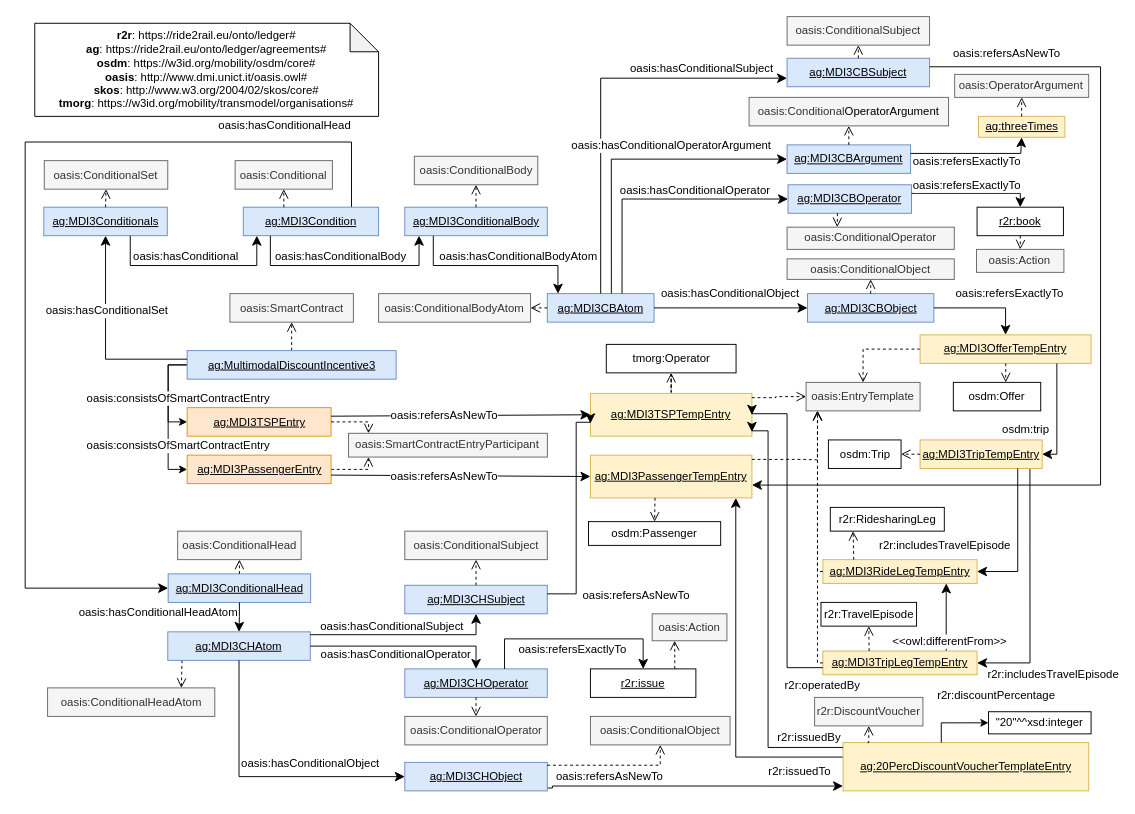
Earlier version of the draw.io diagram agreements/mdi3-incentive.drawio.xml (Ride2Rail/agreement-ledger-ontology). Source tidied: cells renumbered, new cells numbered last; positions are measured from the earlier drawing's top-left corner, leaving out a move shared by most shapes. Both pictures are drawn from the tidied source at 95%, with x=0, y=0 at pixel (25, 16).
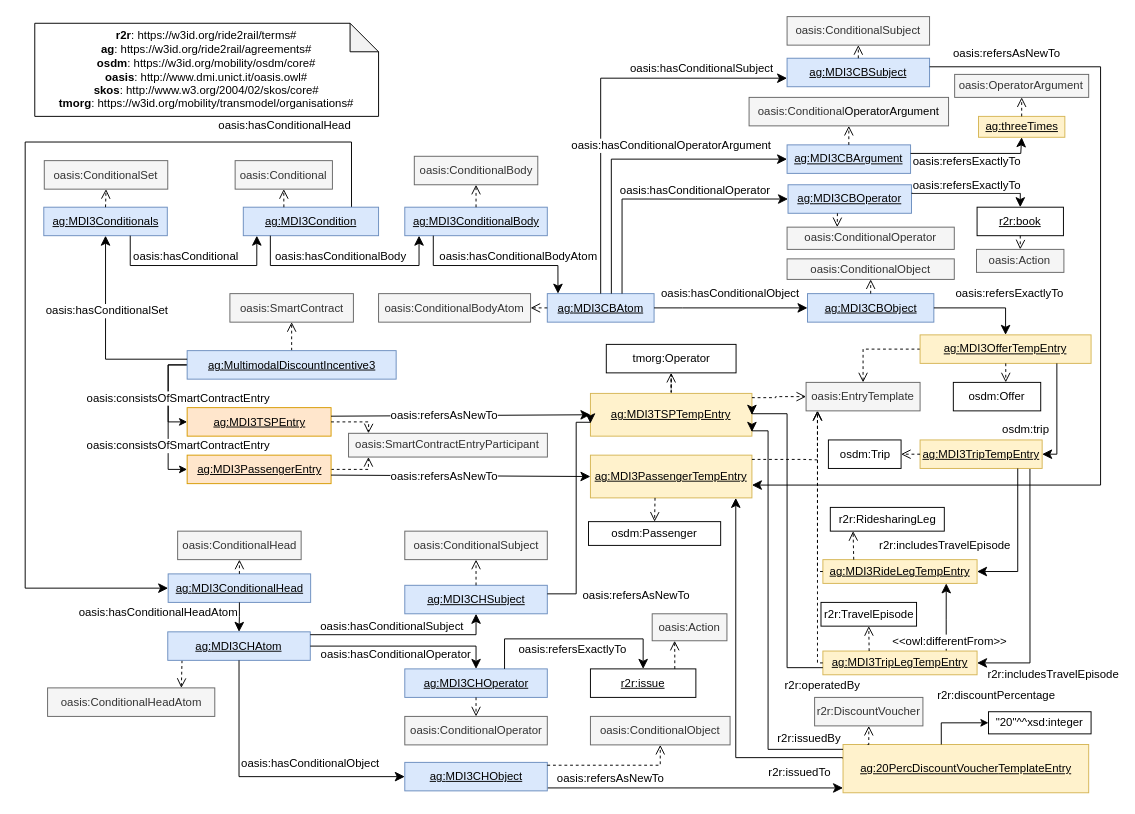
The same diagram, later.

The change refers to these unchanged cells:
```xml
<mxCell id="17" value="&lt;u&gt;ag:MDI3TSPTempEntry&lt;/u&gt;" style="rounded=0;whiteSpace=wrap;html=1;snapToPoint=1;points=[[0.1,0],[0.2,0],[0.3,0],[0.4,0],[0.5,0],[0.6,0],[0.7,0],[0.8,0],[0.9,0],[0,0.1],[0,0.3],[0,0.5],[0,0.7],[0,0.9],[0.1,1],[0.2,1],[0.3,1],[0.4,1],[0.5,1],[0.6,1],[0.7,1],[0.8,1],[0.9,1],[1,0.1],[1,0.3],[1,0.5],[1,0.7],[1,0.9]];fillColor=#fff2cc;strokeColor=#d6b656;" parent="1" vertex="1">
  <mxGeometry x="595" y="396.6" width="170" height="45" as="geometry" />
</mxCell>
<mxCell id="85" value="&lt;u&gt;ag:&lt;/u&gt;&lt;u&gt;MDI3CHObject&lt;/u&gt;" style="rounded=0;whiteSpace=wrap;html=1;snapToPoint=1;points=[[0.1,0],[0.2,0],[0.3,0],[0.4,0],[0.5,0],[0.6,0],[0.7,0],[0.8,0],[0.9,0],[0,0.1],[0,0.3],[0,0.5],[0,0.7],[0,0.9],[0.1,1],[0.2,1],[0.3,1],[0.4,1],[0.5,1],[0.6,1],[0.7,1],[0.8,1],[0.9,1],[1,0.1],[1,0.3],[1,0.5],[1,0.7],[1,0.9]];fillColor=#dae8fc;strokeColor=#6c8ebf;" parent="1" vertex="1">
  <mxGeometry x="399.6" y="785" width="150" height="30" as="geometry" />
</mxCell>
```

The edit, as a diff of the source:
```diff
@@
     <mxCell id="74" style="endArrow=classic;html=1;exitX=1;exitY=0.9;exitDx=0;exitDy=0;endSize=8;rounded=0;edgeStyle=orthogonalEdgeStyle;entryX=0;entryY=0.9;entryDx=0;entryDy=0;" parent="1" edge="1" source="85" target="100">
       <mxGeometry relative="1" as="geometry">
         <Array as="points">
-          <mxPoint x="555" y="810" />
+          <mxPoint x="861" y="812" />
         </Array>
       </mxGeometry>
     </mxCell>
@@
     <mxCell id="100" value="&lt;u&gt;ag:2&lt;/u&gt;&lt;u&gt;0PercDiscountVoucher&lt;/u&gt;&lt;u&gt;TemplateEntry&lt;/u&gt;" style="rounded=0;whiteSpace=wrap;html=1;snapToPoint=1;points=[[0.1,0],[0.2,0],[0.3,0],[0.4,0],[0.5,0],[0.6,0],[0.7,0],[0.8,0],[0.9,0],[0,0.1],[0,0.3],[0,0.5],[0,0.7],[0,0.9],[0.1,1],[0.2,1],[0.3,1],[0.4,1],[0.5,1],[0.6,1],[0.7,1],[0.8,1],[0.9,1],[1,0.1],[1,0.3],[1,0.5],[1,0.7],[1,0.9]];fillColor=#fff2cc;strokeColor=#d6b656;" parent="1" vertex="1">
-      <mxGeometry x="860.9" y="764.2" width="258.6" height="50.8" as="geometry" />
+      <mxGeometry x="860.9" y="766.2" width="258.6" height="50.8" as="geometry" />
     </mxCell>
@@
     <mxCell id="122" style="endArrow=classic;html=1;entryX=1;entryY=0.9;entryDx=0;entryDy=0;endSize=8;rounded=0;edgeStyle=orthogonalEdgeStyle;exitX=0;exitY=0.1;exitDx=0;exitDy=0;" parent="1" edge="1" source="100" target="17">
       <mxGeometry relative="1" as="geometry">
         <Array as="points">
-          <mxPoint x="782" y="769" />
+          <mxPoint x="782" y="771" />
           <mxPoint x="782" y="436" />
+          <mxPoint x="765" y="436" />
         </Array>
       </mxGeometry>
     </mxCell>
@@
-    <mxCell id="147" value="&lt;div&gt;&lt;b&gt;r2r&lt;/b&gt;: https://ride2rail.eu/onto/ledger#&lt;br&gt;&lt;b&gt;ag&lt;/b&gt;: https://ride2rail.eu/onto/ledger/agreements#&lt;br&gt;&lt;/div&gt;&lt;div&gt;&lt;b&gt;osdm&lt;/b&gt;: https://w3id.org/mobility/osdm/core#&lt;br&gt;&lt;/div&gt;&lt;div&gt;&lt;b&gt;oasis&lt;/b&gt;:&amp;nbsp;http://www.dmi.unict.it/oasis.owl#&lt;br&gt;&lt;b&gt;skos&lt;/b&gt;: http://www.w3.org/2004/02/skos/core#&lt;br&gt;&lt;/div&gt;&lt;div&gt;&lt;b&gt;tmorg&lt;/b&gt;: https://w3id.org/mobility/transmodel/organisations#&lt;/div&gt;" style="shape=note;whiteSpace=wrap;html=1;backgroundOutline=1;darkOpacity=0.05;" parent="1" vertex="1">
+    <mxCell id="147" value="&lt;div&gt;&lt;b&gt;r2r&lt;/b&gt;: https://w3id.org/ride2rail/terms#&lt;br&gt;&lt;b&gt;ag&lt;/b&gt;: https://w3id.org/ride2rail/agreements#&lt;br&gt;&lt;/div&gt;&lt;div&gt;&lt;b&gt;osdm&lt;/b&gt;: https://w3id.org/mobility/osdm/core#&lt;br&gt;&lt;/div&gt;&lt;div&gt;&lt;b&gt;oasis&lt;/b&gt;:&amp;nbsp;http://www.dmi.unict.it/oasis.owl#&lt;br&gt;&lt;b&gt;skos&lt;/b&gt;: http://www.w3.org/2004/02/skos/core#&lt;br&gt;&lt;/div&gt;&lt;div&gt;&lt;b&gt;tmorg&lt;/b&gt;: https://w3id.org/mobility/transmodel/organisations#&lt;/div&gt;" style="shape=note;whiteSpace=wrap;html=1;backgroundOutline=1;darkOpacity=0.05;" parent="1" vertex="1">
       <mxGeometry x="10.1" y="7" width="361.9" height="98" as="geometry" />
     </mxCell>
```
